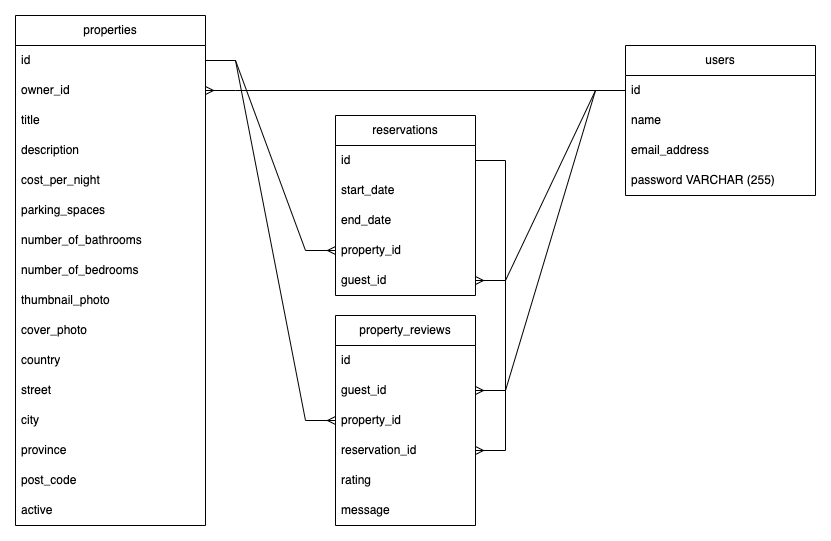
Above: images/LightBnBERD.png in lilyjwhitford/LightBnB (draw.io), before the change. Source tidied: cells renumbered, new cells last; positions are measured from the earlier drawing's top-left corner, leaving out a move shared by most shapes.
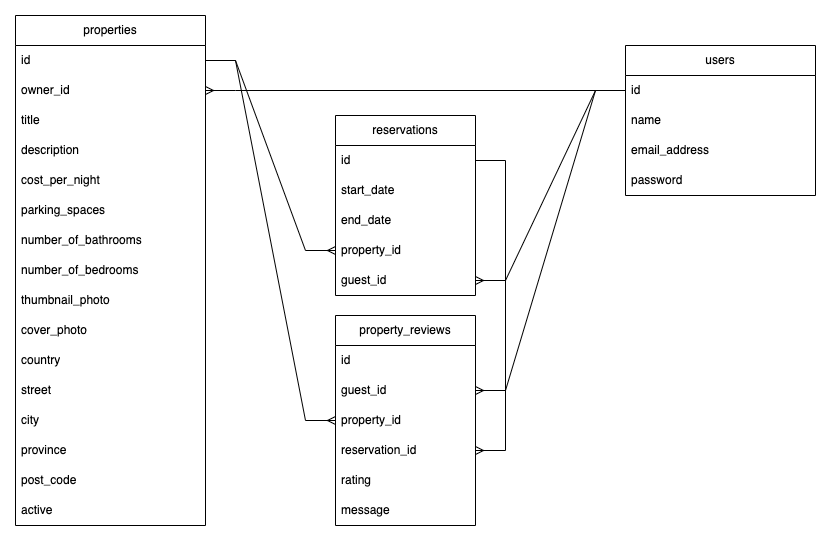
Later version of the same file.

Change to the diagram source:
```diff
@@ -14,7 +14,7 @@
     <mxCell id="5" value="email_address" style="text;strokeColor=none;fillColor=none;align=left;verticalAlign=middle;spacingLeft=4;spacingRight=4;overflow=hidden;whiteSpace=wrap;html=1;" parent="2" vertex="1">
       <mxGeometry y="90" width="190" height="30" as="geometry" />
     </mxCell>
-    <mxCell id="6" value="password VARCHAR (255)" style="text;strokeColor=none;fillColor=none;align=left;verticalAlign=middle;spacingLeft=4;spacingRight=4;overflow=hidden;whiteSpace=wrap;html=1;" parent="2" vertex="1">
+    <mxCell id="6" value="password" style="text;strokeColor=none;fillColor=none;align=left;verticalAlign=middle;spacingLeft=4;spacingRight=4;overflow=hidden;whiteSpace=wrap;html=1;" parent="2" vertex="1">
       <mxGeometry y="120" width="190" height="30" as="geometry" />
     </mxCell>
     <mxCell id="7" value="properties" style="swimlane;fontStyle=0;horizontal=1;startSize=30;whiteSpace=wrap;html=1;" parent="1" vertex="1">
```
